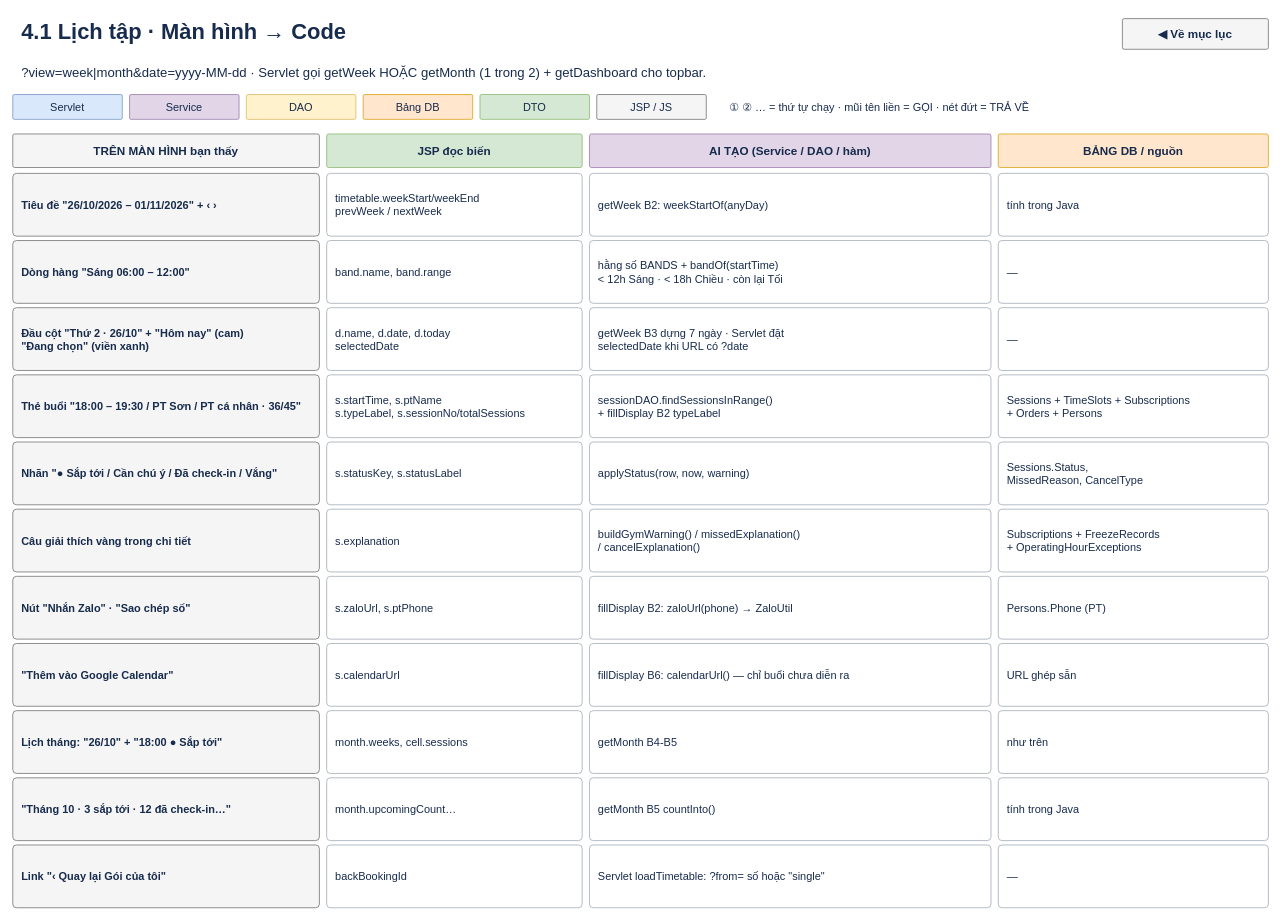
Earlier version of the draw.io diagram page "4.1 Lịch tập · Màn hình → Code" (13 of 21) of docs/hoc-code/gms-5-man-hoc-code-chi-tiet.drawio (Thomas-luckyclover/gym-management-system). Source tidied: cells renumbered, new cells numbered last; positions are measured from the earlier drawing's top-left corner, leaving out a move shared by most shapes. Both pictures are drawn from the tidied source at 73%, with x=0, y=0 at pixel (12, 12).
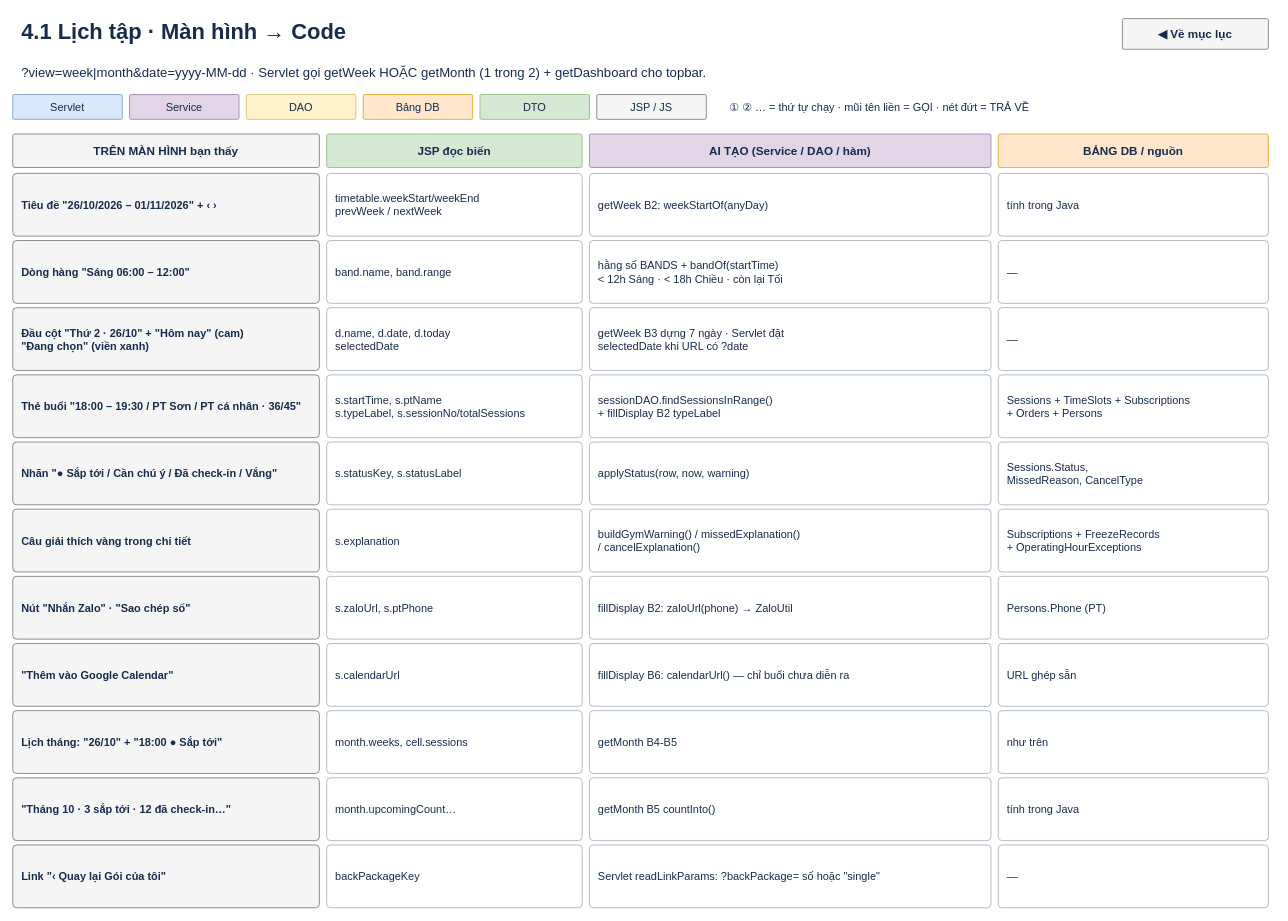
The same diagram, later.

What changed in the source:
```diff
@@
-    <mxCell id="57" value="backBookingId" style="rounded=1;whiteSpace=wrap;html=1;align=left;verticalAlign=middle;spacing=12;fontFamily=Arial;fontSize=15;fontColor=#172b4d;fillColor=#ffffff;strokeColor=#9aa5b1;fontStyle=0;arcSize=6;" parent="1" vertex="1">
+    <mxCell id="57" value="backPackageKey" style="rounded=1;whiteSpace=wrap;html=1;align=left;verticalAlign=middle;spacing=12;fontFamily=Arial;fontSize=15;fontColor=#172b4d;fillColor=#ffffff;strokeColor=#9aa5b1;fontStyle=0;arcSize=6;" parent="1" vertex="1">
       <mxGeometry x="430" y="1140" width="350" height="86" as="geometry" />
     </mxCell>
-    <mxCell id="58" value="Servlet loadTimetable: ?from= số hoặc &quot;single&quot;" style="rounded=1;whiteSpace=wrap;html=1;align=left;verticalAlign=middle;spacing=12;fontFamily=Arial;fontSize=15;fontColor=#172b4d;fillColor=#ffffff;strokeColor=#9aa5b1;fontStyle=0;arcSize=6;" parent="1" vertex="1">
+    <mxCell id="58" value="Servlet readLinkParams: ?backPackage= số hoặc &quot;single&quot;" style="rounded=1;whiteSpace=wrap;html=1;align=left;verticalAlign=middle;spacing=12;fontFamily=Arial;fontSize=15;fontColor=#172b4d;fillColor=#ffffff;strokeColor=#9aa5b1;fontStyle=0;arcSize=6;" parent="1" vertex="1">
       <mxGeometry x="790" y="1140" width="550" height="86" as="geometry" />
     </mxCell>
```
